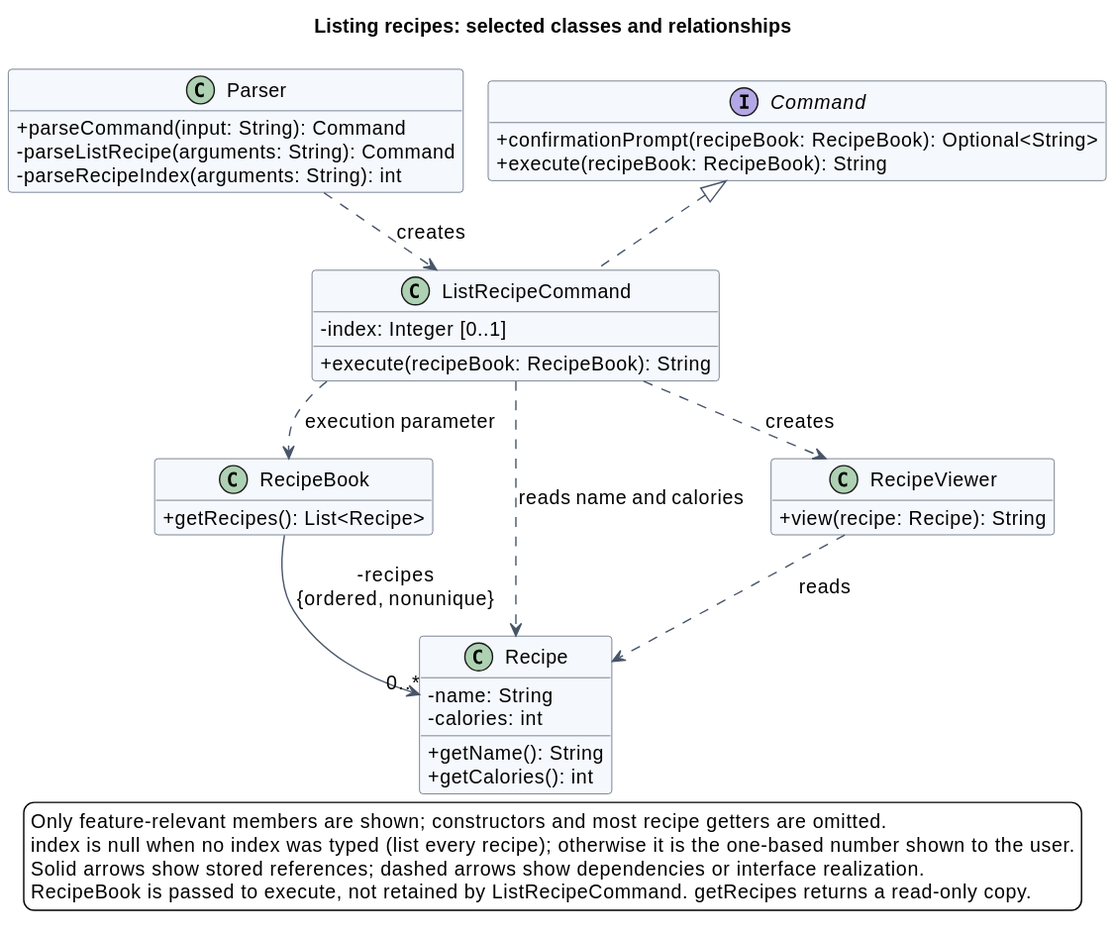
Earlier version of the PlantUML export docs/images/list-recipes/classes.svg (AY2627S1-CS2113-W13-4/tp).
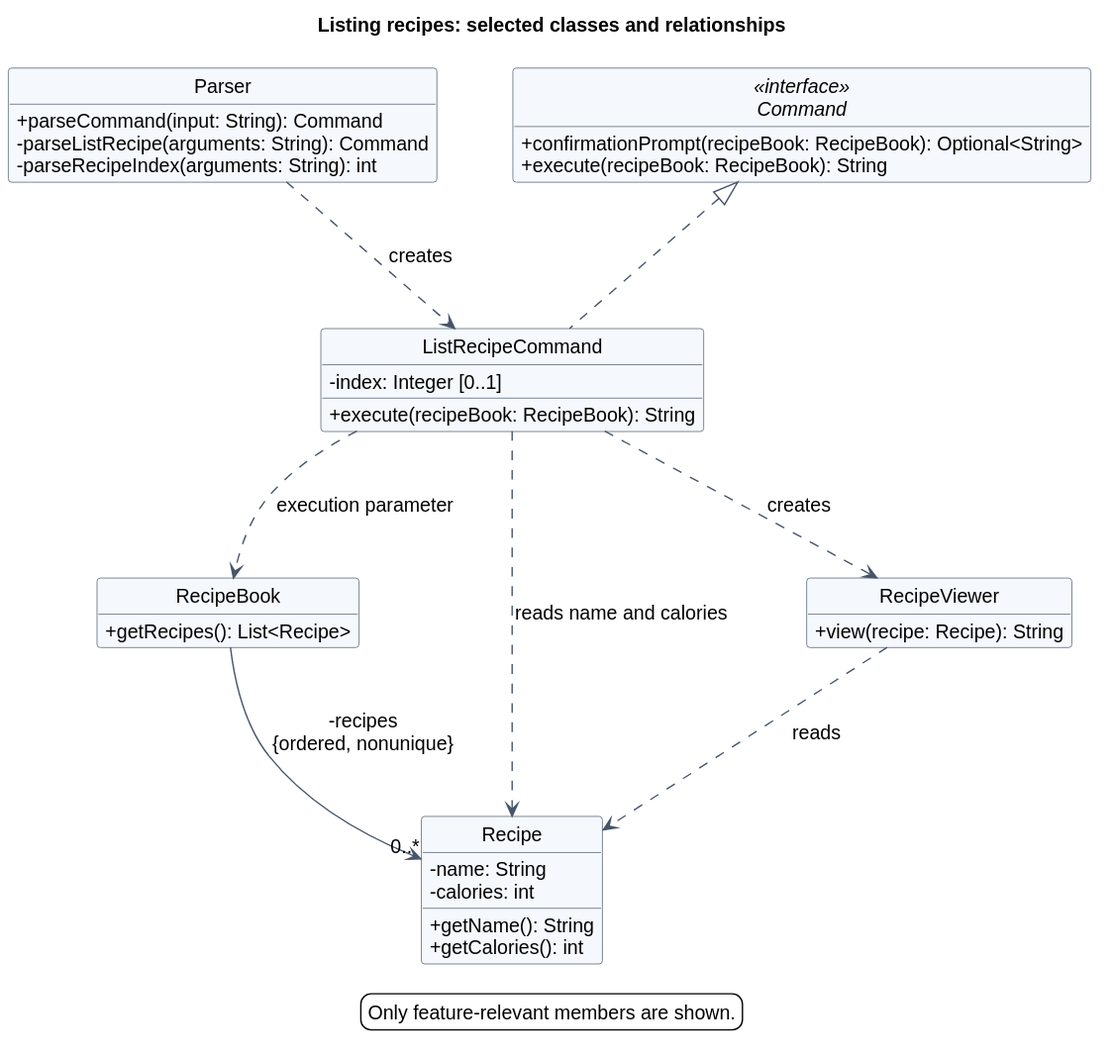
Above is the later version.

Change to the diagram source:
```diff
@@ -1,6 +1,7 @@
 @startuml
 !pragma layout smetana
-!include ../shortfall/style.iuml
+!include ../rixte/shortfall/style.iuml
+hide circle
 
 title Listing recipes: selected classes and relationships
 top to bottom direction
@@ -13,7 +14,7 @@
   - parseListRecipe(arguments: String): Command
   - parseRecipeIndex(arguments: String): int
 }
-interface Command {
+interface Command <<interface>> {
   + confirmationPrompt(recipeBook: RecipeBook): Optional<String>
   + execute(recipeBook: RecipeBook): String
 }
@@ -44,9 +45,6 @@
 Parser -[hidden]right-> Command
 
 legend bottom
-  Only feature-relevant members are shown; constructors and most recipe getters are omitted.
-  index is null when no index was typed (list every recipe); otherwise it is the one-based number shown to the user.
-  Solid arrows show stored references; dashed arrows show dependencies or interface realization.
-  RecipeBook is passed to execute, not retained by ListRecipeCommand. getRecipes returns a read-only copy.
+  Only feature-relevant members are shown.
 endlegend
 @enduml
```
